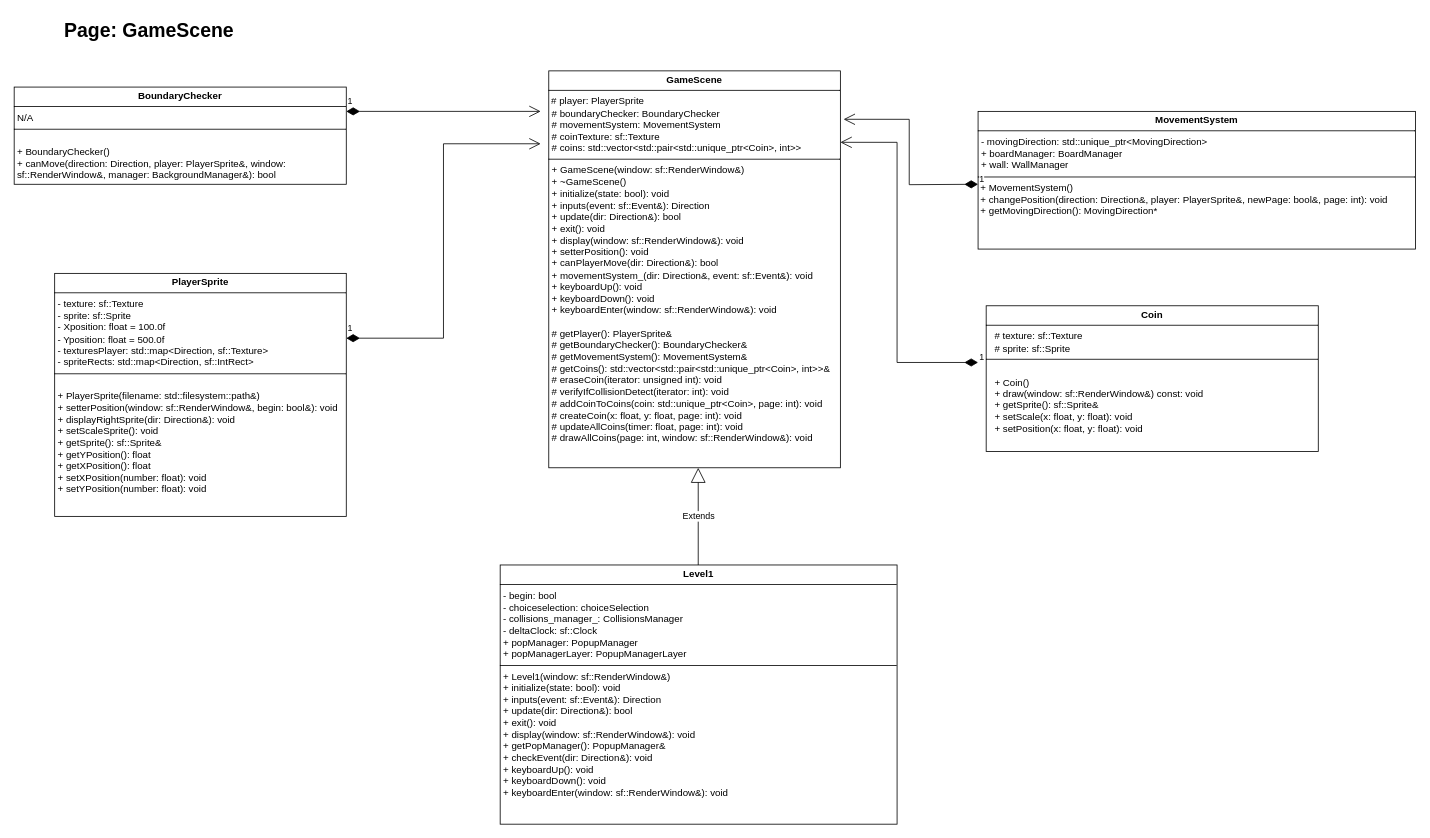
Before: page "GameScene" (2 of 5) of Diagramme sans nom.drawio in Bird120/FlightToHFT, a draw.io diagram. Source tidied: cells renumbered, new cells numbered last; positions are measured from the earlier drawing's top-left corner, leaving out a move shared by most shapes. Both pictures are drawn from the tidied source at 81%, with x=0, y=0 at pixel (14, 14).
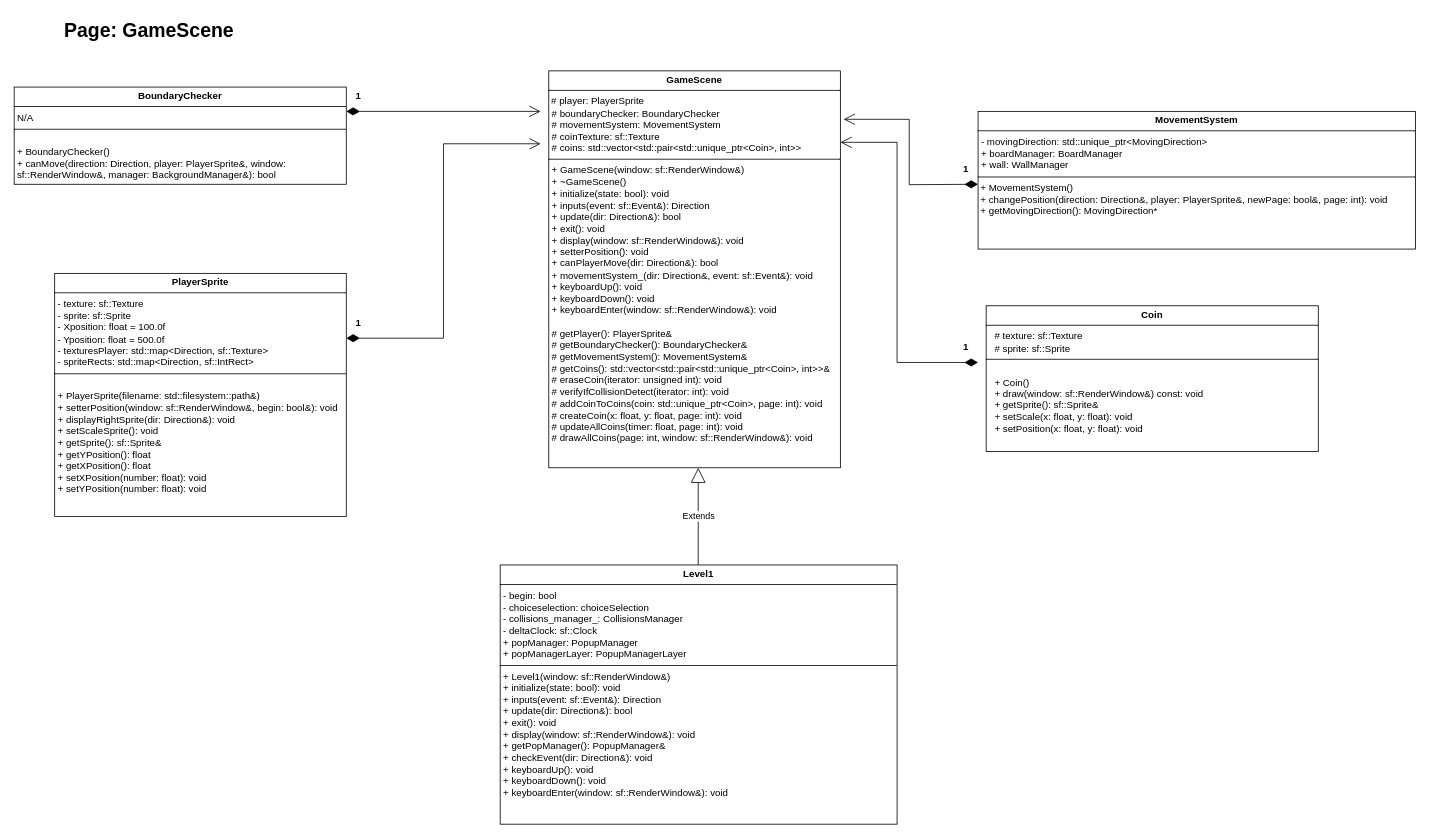
The same page after the edit.

The change refers to these unchanged cells:
```xml
<mxCell id="2" style="group;" parent="1" vertex="1">
  <mxGeometry y="70" width="1730" height="930" as="geometry" />
</mxCell>
<mxCell id="3" value="&lt;p style=&quot;margin:0px;margin-top:4px;text-align:center;&quot;&gt;&lt;b&gt;GameScene&lt;/b&gt;&lt;/p&gt;&lt;hr size=&quot;1&quot; style=&quot;border-style:solid;&quot;&gt;&amp;nbsp;# player: PlayerSprite&lt;p style=&quot;margin:0px;margin-left:4px;&quot;&gt;# boundaryChecker: BoundaryChecker&lt;br&gt;# movementSystem: MovementSystem&lt;br&gt;# coinTexture: sf::Texture&lt;br&gt;# coins: std::vector&amp;lt;std::pair&amp;lt;std::unique_ptr&amp;lt;Coin&amp;gt;, int&amp;gt;&amp;gt;&lt;/p&gt;&lt;hr size=&quot;1&quot; style=&quot;border-style:solid;&quot;&gt;&lt;p style=&quot;margin:0px;margin-left:4px;&quot;&gt;+ GameScene(window: sf::RenderWindow&amp;amp;)&lt;br&gt;+ ~GameScene()&lt;br&gt;+ initialize(state: bool): void&lt;br&gt;+ inputs(event: sf::Event&amp;amp;): Direction&lt;br&gt;+ update(dir: Direction&amp;amp;): bool&lt;br&gt;+ exit(): void&lt;br&gt;+ display(window: sf::RenderWindow&amp;amp;): void&lt;br&gt;+ setterPosition(): void&lt;br&gt;+ canPlayerMove(dir: Direction&amp;amp;): bool&lt;br&gt;+ movementSystem_(dir: Direction&amp;amp;, event: sf::Event&amp;amp;): void&lt;br&gt;+ keyboardUp(): void&lt;br&gt;+ keyboardDown(): void&lt;br&gt;+ keyboardEnter(window: sf::RenderWindow&amp;amp;): void&lt;/p&gt;&lt;p style=&quot;margin:0px;margin-left:4px;&quot;&gt;&lt;br&gt;&lt;/p&gt;&lt;p style=&quot;margin:0px;margin-left:4px;&quot;&gt;# getPlayer(): PlayerSprite&amp;amp;&lt;br&gt;# getBoundaryChecker(): BoundaryChecker&amp;amp;&lt;br&gt;# getMovementSystem(): MovementSystem&amp;amp;&lt;br&gt;# getCoins(): std::vector&amp;lt;std::pair&amp;lt;std::unique_ptr&amp;lt;Coin&amp;gt;, int&amp;gt;&amp;gt;&amp;amp;&lt;br&gt;# eraseCoin(iterator: unsigned int): void&lt;br&gt;# verifyIfCollisionDetect(iterator: int): void&lt;br&gt;# addCoinToCoins(coin: std::unique_ptr&amp;lt;Coin&amp;gt;, page: int): void&lt;br&gt;# createCoin(x: float, y: float, page: int): void&lt;br&gt;# updateAllCoins(timer: float, page: int): void&lt;br&gt;# drawAllCoins(page: int, window: sf::RenderWindow&amp;amp;): void&lt;br&gt;&lt;br&gt;&lt;/p&gt;" style="verticalAlign=top;align=left;overflow=fill;html=1;whiteSpace=wrap;" parent="2" vertex="1">
  <mxGeometry x="660" width="360" height="490" as="geometry" />
</mxCell>
```

What changed in the source:
```diff
@@
-    <mxCell id="10" value="1" style="endArrow=open;html=1;endSize=12;startArrow=diamondThin;startSize=14;startFill=1;edgeStyle=orthogonalEdgeStyle;align=left;verticalAlign=bottom;rounded=0;" parent="2" edge="1">
-      <mxGeometry x="-1" y="3" relative="1" as="geometry">
+    <mxCell id="10" value="&lt;font style=&quot;font-size: 12px;&quot;&gt;&lt;b&gt;1&lt;/b&gt;&lt;/font&gt;" style="endArrow=open;html=1;endSize=12;startArrow=diamondThin;startSize=14;startFill=1;edgeStyle=orthogonalEdgeStyle;align=left;verticalAlign=bottom;rounded=0;" parent="2" edge="1">
+      <mxGeometry x="-0.96" y="10" relative="1" as="geometry">
         <mxPoint x="410" y="330" as="sourcePoint" />
         <mxPoint x="650" y="90" as="targetPoint" />
         <Array as="points">
           <mxPoint x="530" y="330" />
           <mxPoint x="530" y="90" />
         </Array>
       </mxGeometry>
     </mxCell>
-    <mxCell id="11" value="1" style="endArrow=open;html=1;endSize=12;startArrow=diamondThin;startSize=14;startFill=1;edgeStyle=orthogonalEdgeStyle;align=left;verticalAlign=bottom;rounded=0;" parent="2" edge="1">
-      <mxGeometry x="-1" y="3" relative="1" as="geometry">
+    <mxCell id="11" value="&lt;font style=&quot;font-size: 12px;&quot;&gt;&lt;b&gt;1&lt;/b&gt;&lt;/font&gt;" style="endArrow=open;html=1;endSize=12;startArrow=diamondThin;startSize=14;startFill=1;edgeStyle=orthogonalEdgeStyle;align=left;verticalAlign=bottom;rounded=0;" parent="2" edge="1">
+      <mxGeometry x="-0.92" y="10" relative="1" as="geometry">
         <mxPoint x="410" y="50" as="sourcePoint" />
         <mxPoint x="650" y="50" as="targetPoint" />
       </mxGeometry>
     </mxCell>
-    <mxCell id="12" value="1" style="endArrow=open;html=1;endSize=12;startArrow=diamondThin;startSize=14;startFill=1;edgeStyle=orthogonalEdgeStyle;align=left;verticalAlign=bottom;rounded=0;exitX=1.011;exitY=0.122;exitDx=0;exitDy=0;exitPerimeter=0;entryX=1.011;entryY=0.122;entryDx=0;entryDy=0;entryPerimeter=0;" parent="2" edge="1" target="3">
-      <mxGeometry x="-1" y="3" relative="1" as="geometry">
+    <mxCell id="12" value="&lt;font style=&quot;font-size: 12px;&quot;&gt;&lt;b&gt;1&lt;/b&gt;&lt;/font&gt;" style="endArrow=open;html=1;endSize=12;startArrow=diamondThin;startSize=14;startFill=1;edgeStyle=orthogonalEdgeStyle;align=left;verticalAlign=bottom;rounded=0;exitX=1.011;exitY=0.122;exitDx=0;exitDy=0;exitPerimeter=0;entryX=1.011;entryY=0.122;entryDx=0;entryDy=0;entryPerimeter=0;" parent="2" edge="1" target="3">
+      <mxGeometry x="-0.84" y="-10" relative="1" as="geometry">
         <mxPoint x="1190" y="140" as="sourcePoint" />
       </mxGeometry>
     </mxCell>
@@
-    <mxCell id="14" value="1" style="endArrow=open;html=1;endSize=12;startArrow=diamondThin;startSize=14;startFill=1;edgeStyle=orthogonalEdgeStyle;align=left;verticalAlign=bottom;rounded=0;exitX=1;exitY=0.18;exitDx=0;exitDy=0;exitPerimeter=0;entryX=1;entryY=0.18;entryDx=0;entryDy=0;entryPerimeter=0;" parent="2" edge="1" target="3">
-      <mxGeometry x="-1" y="3" relative="1" as="geometry">
+    <mxCell id="14" value="&lt;font style=&quot;font-size: 12px;&quot;&gt;&lt;b&gt;1&lt;/b&gt;&lt;/font&gt;" style="endArrow=open;html=1;endSize=12;startArrow=diamondThin;startSize=14;startFill=1;edgeStyle=orthogonalEdgeStyle;align=left;verticalAlign=bottom;rounded=0;exitX=1;exitY=0.18;exitDx=0;exitDy=0;exitPerimeter=0;entryX=1;entryY=0.18;entryDx=0;entryDy=0;entryPerimeter=0;" parent="2" edge="1" target="3">
+      <mxGeometry x="-0.91" y="-10" relative="1" as="geometry">
         <mxPoint x="1190" y="360" as="sourcePoint" />
         <Array as="points">
           <mxPoint x="1090" y="360" />
           <mxPoint x="1090" y="88" />
         </Array>
       </mxGeometry>
     </mxCell>
```
